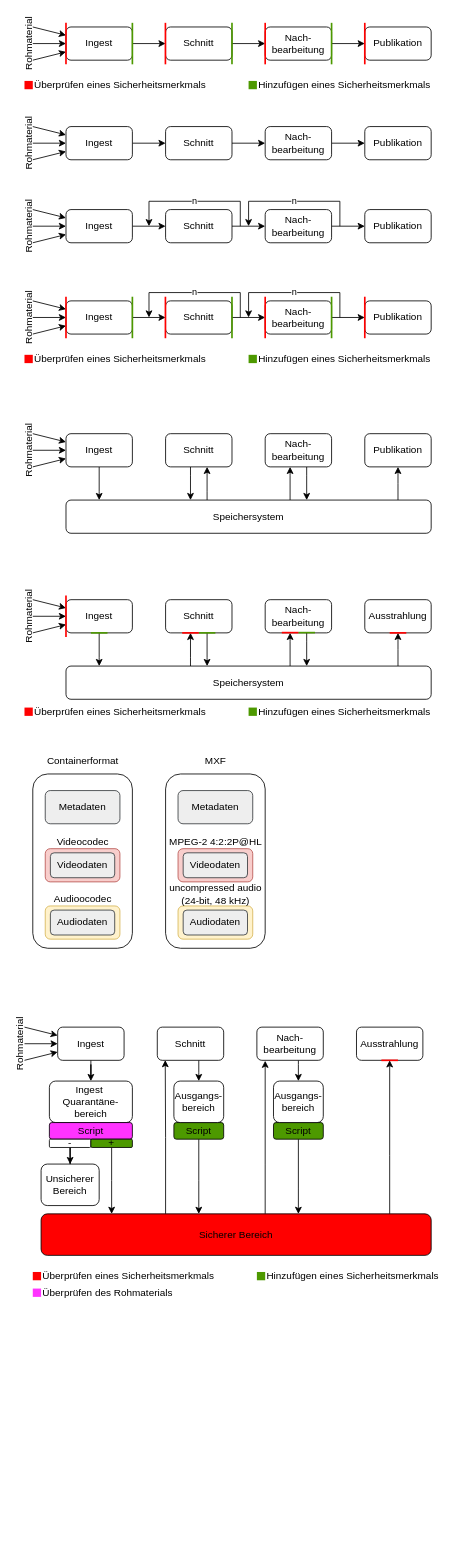
The draw.io diagram Produktionsprozess.drawio in timteller/Grafiken_Bachelorarbeit, before the edit. Source tidied: cells renumbered, new cells numbered last; positions are measured from the earlier drawing's top-left corner, leaving out a move shared by most shapes. Both pictures are drawn from the tidied source at 83%, with x=0, y=0 at pixel (-9, 22).
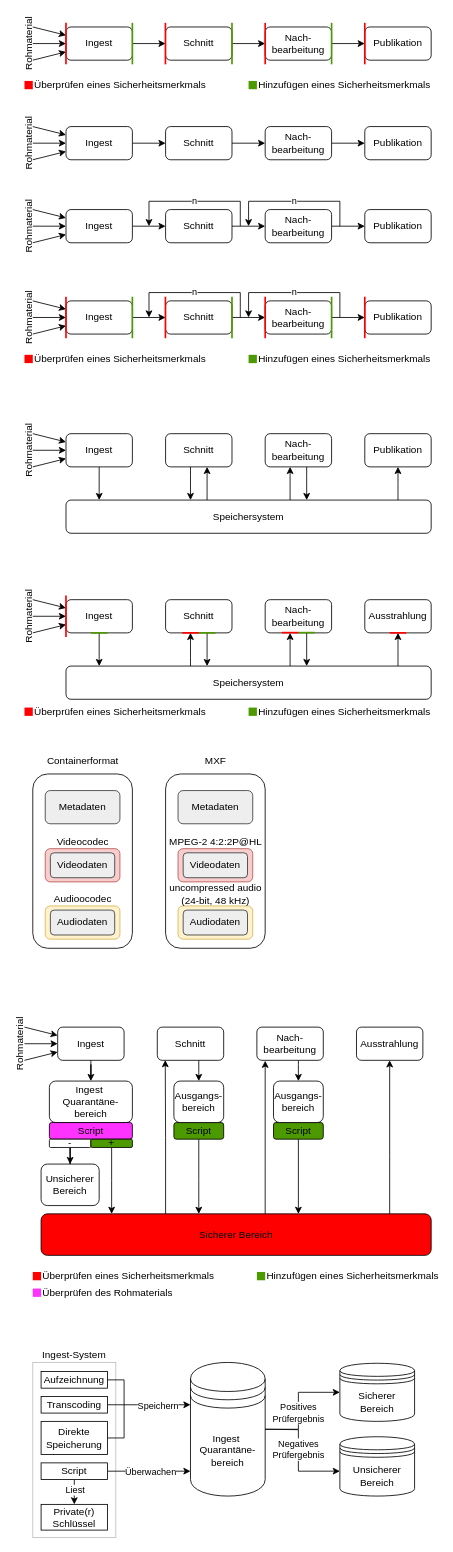
After the change.

Diff of the diagram source:
```diff
@@
-    <mxCell id="150" style="endArrow=none;html=1;rounded=0;strokeWidth=2;strokeColor=#FF0000;" parent="138" edge="1">
-      <mxGeometry relative="1" as="geometry">
-        <mxPoint x="470" y="1250" as="sourcePoint" />
-        <mxPoint x="490" y="1250" as="targetPoint" />
-      </mxGeometry>
-    </mxCell>
@@
+    <mxCell id="174" parent="0" />
+    <mxCell id="175" style="edgeStyle=orthogonalEdgeStyle;rounded=0;jettySize=auto;html=1;entryX=0;entryY=0.5;entryDx=0;entryDy=0;" parent="174" edge="1" source="177" target="192">
+      <mxGeometry relative="1" as="geometry">
+        <Array as="points">
+          <mxPoint x="370" y="1695" />
+          <mxPoint x="370" y="1650" />
+        </Array>
+      </mxGeometry>
+    </mxCell>
+    <mxCell id="176" value="Positives&lt;div&gt;Prüfergebnis&lt;/div&gt;" style="edgeLabel;html=1;align=center;verticalAlign=middle;" parent="175" vertex="1">
+      <mxGeometry x="-0.17" y="1" relative="1" as="geometry">
+        <mxPoint y="-4" as="offset" />
+      </mxGeometry>
+    </mxCell>
+    <mxCell id="177" value="Ingest&amp;nbsp;&lt;div&gt;Quarantäne-bereich&lt;/div&gt;" style="shape=datastore;whiteSpace=wrap;html=1;strokeWidth=1;" parent="174" vertex="1">
+      <mxGeometry x="240" y="1614" width="90" height="161" as="geometry" />
+    </mxCell>
+    <mxCell id="178" style="rounded=0;whiteSpace=wrap;html=1;strokeColor=light-dark(#bfbfbf, #ededed);" parent="174" vertex="1">
+      <mxGeometry x="50" y="1614" width="100" height="211" as="geometry" />
+    </mxCell>
+    <mxCell id="179" value="Ingest-System" style="text;html=1;align=center;verticalAlign=middle;whiteSpace=wrap;rounded=0;" parent="174" vertex="1">
+      <mxGeometry x="60" y="1595" width="80" height="20" as="geometry" />
+    </mxCell>
+    <mxCell id="180" value="Aufzeichnung" style="rounded=0;whiteSpace=wrap;html=1;" parent="174" vertex="1">
+      <mxGeometry x="60" y="1625" width="80" height="20" as="geometry" />
+    </mxCell>
+    <mxCell id="181" style="edgeStyle=orthogonalEdgeStyle;rounded=0;jettySize=auto;html=1;" parent="174" edge="1" source="183" target="177">
+      <mxGeometry relative="1" as="geometry">
+        <Array as="points">
+          <mxPoint x="210" y="1665" />
+          <mxPoint x="210" y="1665" />
+        </Array>
+      </mxGeometry>
+    </mxCell>
+    <mxCell id="182" value="Speichern" style="edgeLabel;html=1;align=center;verticalAlign=middle;" parent="181" vertex="1">
+      <mxGeometry x="0.32" y="-1" relative="1" as="geometry">
+        <mxPoint x="-6" y="-1" as="offset" />
+      </mxGeometry>
+    </mxCell>
+    <mxCell id="183" value="Transcoding" style="rounded=0;whiteSpace=wrap;html=1;" parent="174" vertex="1">
+      <mxGeometry x="60" y="1655" width="80" height="20" as="geometry" />
+    </mxCell>
+    <mxCell id="184" value="Direkte&lt;div&gt;Speicherung&lt;/div&gt;" style="rounded=0;whiteSpace=wrap;html=1;" parent="174" vertex="1">
+      <mxGeometry x="60" y="1685" width="80" height="40" as="geometry" />
+    </mxCell>
+    <mxCell id="185" style="edgeStyle=orthogonalEdgeStyle;rounded=0;jettySize=auto;html=1;" parent="174" edge="1" source="189" target="177">
+      <mxGeometry relative="1" as="geometry">
+        <Array as="points">
+          <mxPoint x="210" y="1745" />
+          <mxPoint x="210" y="1745" />
+        </Array>
+      </mxGeometry>
+    </mxCell>
+    <mxCell id="186" value="Überwachen" style="edgeLabel;html=1;align=center;verticalAlign=middle;" parent="185" vertex="1">
+      <mxGeometry x="-0.57" y="-1" relative="1" as="geometry">
+        <mxPoint x="29" y="-1" as="offset" />
+      </mxGeometry>
+    </mxCell>
+    <mxCell id="187" style="edgeStyle=orthogonalEdgeStyle;rounded=0;jettySize=auto;html=1;" parent="174" edge="1" source="189" target="194">
+      <mxGeometry relative="1" as="geometry" />
+    </mxCell>
+    <mxCell id="188" value="Liest" style="edgeLabel;html=1;align=center;verticalAlign=middle;" parent="187" vertex="1">
+      <mxGeometry x="0.63" y="-1" relative="1" as="geometry">
+        <mxPoint x="1" y="-9" as="offset" />
+      </mxGeometry>
+    </mxCell>
+    <mxCell id="189" value="Script" style="rounded=0;whiteSpace=wrap;html=1;" parent="174" vertex="1">
+      <mxGeometry x="60" y="1735" width="80" height="20" as="geometry" />
+    </mxCell>
+    <mxCell id="190" style="endArrow=none;html=1;rounded=0;exitX=1;exitY=0.5;exitDx=0;exitDy=0;" parent="174" edge="1" source="184">
+      <mxGeometry relative="1" as="geometry">
+        <mxPoint x="160" y="1665" as="targetPoint" />
+        <Array as="points">
+          <mxPoint x="160" y="1705" />
+        </Array>
+      </mxGeometry>
+    </mxCell>
+    <mxCell id="191" style="endArrow=none;html=1;rounded=0;exitX=1;exitY=0.5;exitDx=0;exitDy=0;" parent="174" edge="1" source="180">
+      <mxGeometry relative="1" as="geometry">
+        <mxPoint x="160" y="1665" as="targetPoint" />
+        <Array as="points">
+          <mxPoint x="160" y="1635" />
+        </Array>
+      </mxGeometry>
+    </mxCell>
+    <mxCell id="192" value="Sicherer Bereich" style="shape=datastore;whiteSpace=wrap;html=1;strokeWidth=1;" parent="174" vertex="1">
+      <mxGeometry x="420" y="1615" width="90" height="70" as="geometry" />
+    </mxCell>
+    <mxCell id="193" value="Unsicherer Bereich" style="shape=datastore;whiteSpace=wrap;html=1;strokeWidth=1;" parent="174" vertex="1">
+      <mxGeometry x="420" y="1703.5" width="90" height="71.5" as="geometry" />
+    </mxCell>
+    <mxCell id="194" value="Private(r) Schlüssel" style="rounded=0;whiteSpace=wrap;html=1;" parent="174" vertex="1">
+      <mxGeometry x="60" y="1785" width="80" height="31" as="geometry" />
+    </mxCell>
+    <mxCell id="195" style="endArrow=classic;html=1;rounded=0;exitX=1;exitY=0.5;exitDx=0;exitDy=0;entryX=0;entryY=0.58;entryDx=0;entryDy=0;entryPerimeter=0;" parent="174" edge="1" source="177" target="193">
+      <mxGeometry relative="1" as="geometry">
+        <Array as="points">
+          <mxPoint x="370" y="1695" />
+          <mxPoint x="370" y="1745" />
+        </Array>
+      </mxGeometry>
+    </mxCell>
+    <mxCell id="196" value="Negatives&lt;div&gt;Prüfergebnis&lt;/div&gt;" style="edgeLabel;html=1;align=center;verticalAlign=middle;" parent="195" vertex="1">
+      <mxGeometry x="0.04" y="-1" relative="1" as="geometry">
+        <mxPoint y="-9" as="offset" />
+      </mxGeometry>
+    </mxCell>
```
